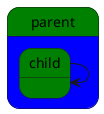
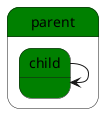
{
  "sha1": "dnqrtz27j438l9r8jemae9izq2h8ryn",
  "insertion": {
    "when": "2024-06-01T09:03:03.241Z",
    "url": "https://github.com/plantuml/plantuml/issues/1090",
    "user": "plantuml@gmail.com"
  },
  "humhash": "tigibi-80-zidi137"
}
@startuml
<style>
state {
  BackgroundColor green
}
-   stateBody {
+   body {
  	BackgroundColor blue
  }
</style>

state parent {
    child --> child
}
@enduml
